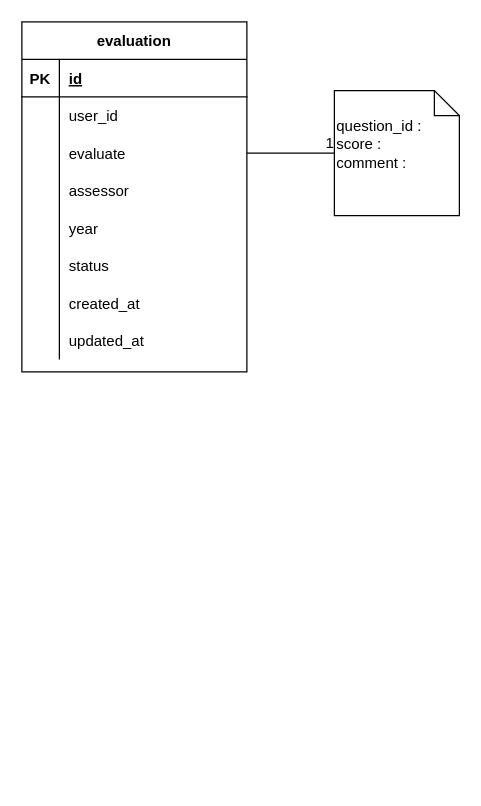
Before: page "Evaluation" (3 of 3) of Eva.drawio in gumpon/evatest, a draw.io diagram. Source tidied: cells renumbered, new cells numbered last; positions are measured from the earlier drawing's top-left corner, leaving out a move shared by most shapes. Both pictures are drawn from the tidied source at 125%, with x=0, y=0 at pixel (21, 21).
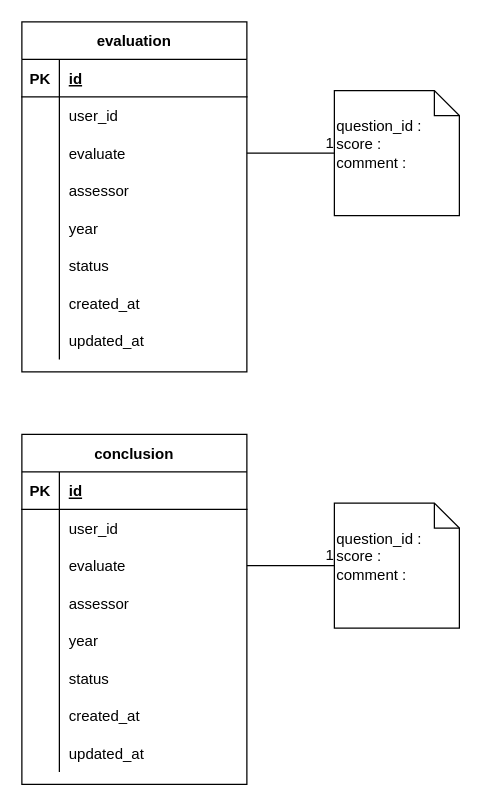
The same page after the edit.

Commit message:
Add conclusion table Eva.drawio

What changed in the source:
```diff
@@
+    <mxCell id="30" value="&lt;span&gt;question_id :&lt;br&gt;&lt;/span&gt;&lt;span&gt;score :&amp;nbsp;&lt;br&gt;&lt;/span&gt;&lt;span&gt;comment :&lt;/span&gt;&lt;span&gt;&lt;br&gt;&lt;br&gt;&lt;/span&gt;" style="shape=note;size=20;whiteSpace=wrap;html=1;align=left;" parent="1" vertex="1">
+      <mxGeometry x="250" y="385" width="100" height="100" as="geometry" />
+    </mxCell>
+    <mxCell id="31" style="endArrow=none;html=1;rounded=0;exitX=1;exitY=0.5;exitDx=0;exitDy=0;" parent="1" edge="1" source="40" target="30">
+      <mxGeometry relative="1" as="geometry" />
+    </mxCell>
+    <mxCell id="32" value="1" style="html=1;align=right;verticalAlign=bottom;" parent="31" vertex="1">
+      <mxGeometry x="1" relative="1" as="geometry" />
+    </mxCell>
+    <mxCell id="33" value="conclusion" style="shape=table;startSize=30;childLayout=tableLayout;rowLines=0;fontStyle=1;align=center;" parent="1" vertex="1">
+      <mxGeometry y="330" width="180" height="280" as="geometry" />
+    </mxCell>
+    <mxCell id="34" style="shape=partialRectangle;fillColor=none;top=0;left=0;bottom=1;right=0;" parent="33" vertex="1">
+      <mxGeometry y="30" width="180" height="30" as="geometry" />
+    </mxCell>
+    <mxCell id="35" value="PK" style="shape=partialRectangle;fillColor=none;top=0;left=0;bottom=0;right=0;fontStyle=1;overflow=hidden;" parent="34" vertex="1">
+      <mxGeometry width="30" height="30" as="geometry" />
+    </mxCell>
+    <mxCell id="36" value="id" style="shape=partialRectangle;fillColor=none;top=0;left=0;bottom=0;right=0;align=left;spacingLeft=6;fontStyle=5;overflow=hidden;" parent="34" vertex="1">
+      <mxGeometry x="30" width="150" height="30" as="geometry" />
+    </mxCell>
+    <mxCell id="37" style="shape=partialRectangle;fillColor=none;top=0;left=0;bottom=0;right=0;" parent="33" vertex="1">
+      <mxGeometry y="60" width="180" height="30" as="geometry" />
+    </mxCell>
+    <mxCell id="38" style="shape=partialRectangle;fillColor=none;top=0;left=0;bottom=0;right=0;overflow=hidden;" parent="37" vertex="1">
+      <mxGeometry width="30" height="30" as="geometry" />
+    </mxCell>
+    <mxCell id="39" value="user_id" style="shape=partialRectangle;fillColor=none;top=0;left=0;bottom=0;right=0;align=left;spacingLeft=6;overflow=hidden;" parent="37" vertex="1">
+      <mxGeometry x="30" width="150" height="30" as="geometry" />
+    </mxCell>
+    <mxCell id="40" style="shape=partialRectangle;fillColor=none;top=0;left=0;bottom=0;right=0;points=[[0,0.5],[1,0.5]];portConstraint=eastwest;" parent="33" vertex="1">
+      <mxGeometry y="90" width="180" height="30" as="geometry" />
+    </mxCell>
+    <mxCell id="41" style="shape=partialRectangle;fillColor=none;top=0;left=0;bottom=0;right=0;overflow=hidden;" parent="40" vertex="1">
+      <mxGeometry width="30" height="30" as="geometry" />
+    </mxCell>
+    <mxCell id="42" value="evaluate" style="shape=partialRectangle;fillColor=none;top=0;left=0;bottom=0;right=0;align=left;spacingLeft=6;overflow=hidden;" parent="40" vertex="1">
+      <mxGeometry x="30" width="150" height="30" as="geometry" />
+    </mxCell>
+    <mxCell id="43" style="shape=partialRectangle;fillColor=none;top=0;left=0;bottom=0;right=0;" parent="33" vertex="1">
+      <mxGeometry y="120" width="180" height="30" as="geometry" />
+    </mxCell>
+    <mxCell id="44" style="shape=partialRectangle;fillColor=none;top=0;left=0;bottom=0;right=0;overflow=hidden;" parent="43" vertex="1">
+      <mxGeometry width="30" height="30" as="geometry" />
+    </mxCell>
+    <mxCell id="45" value="assessor" style="shape=partialRectangle;fillColor=none;top=0;left=0;bottom=0;right=0;align=left;spacingLeft=6;overflow=hidden;" parent="43" vertex="1">
+      <mxGeometry x="30" width="150" height="30" as="geometry" />
+    </mxCell>
+    <mxCell id="46" style="shape=partialRectangle;fillColor=none;top=0;left=0;bottom=0;right=0;" parent="33" vertex="1">
+      <mxGeometry y="150" width="180" height="30" as="geometry" />
+    </mxCell>
+    <mxCell id="47" style="shape=partialRectangle;fillColor=none;top=0;left=0;bottom=0;right=0;overflow=hidden;" parent="46" vertex="1">
+      <mxGeometry width="30" height="30" as="geometry" />
+    </mxCell>
+    <mxCell id="48" value="year" style="shape=partialRectangle;fillColor=none;top=0;left=0;bottom=0;right=0;align=left;spacingLeft=6;overflow=hidden;" parent="46" vertex="1">
+      <mxGeometry x="30" width="150" height="30" as="geometry" />
+    </mxCell>
+    <mxCell id="49" style="shape=partialRectangle;fillColor=none;top=0;left=0;bottom=0;right=0;" parent="33" vertex="1">
+      <mxGeometry y="180" width="180" height="30" as="geometry" />
+    </mxCell>
+    <mxCell id="50" style="shape=partialRectangle;fillColor=none;top=0;left=0;bottom=0;right=0;overflow=hidden;" parent="49" vertex="1">
+      <mxGeometry width="30" height="30" as="geometry" />
+    </mxCell>
+    <mxCell id="51" value="status" style="shape=partialRectangle;fillColor=none;top=0;left=0;bottom=0;right=0;align=left;spacingLeft=6;overflow=hidden;" parent="49" vertex="1">
+      <mxGeometry x="30" width="150" height="30" as="geometry" />
+    </mxCell>
+    <mxCell id="52" style="shape=partialRectangle;fillColor=none;top=0;left=0;bottom=0;right=0;" parent="33" vertex="1">
+      <mxGeometry y="210" width="180" height="30" as="geometry" />
+    </mxCell>
+    <mxCell id="53" style="shape=partialRectangle;fillColor=none;top=0;left=0;bottom=0;right=0;overflow=hidden;" parent="52" vertex="1">
+      <mxGeometry width="30" height="30" as="geometry" />
+    </mxCell>
+    <mxCell id="54" value="created_at" style="shape=partialRectangle;fillColor=none;top=0;left=0;bottom=0;right=0;align=left;spacingLeft=6;overflow=hidden;" parent="52" vertex="1">
+      <mxGeometry x="30" width="150" height="30" as="geometry" />
+    </mxCell>
+    <mxCell id="55" style="shape=partialRectangle;fillColor=none;top=0;left=0;bottom=0;right=0;" parent="33" vertex="1">
+      <mxGeometry y="240" width="180" height="30" as="geometry" />
+    </mxCell>
+    <mxCell id="56" style="shape=partialRectangle;fillColor=none;top=0;left=0;bottom=0;right=0;overflow=hidden;" parent="55" vertex="1">
+      <mxGeometry width="30" height="30" as="geometry" />
+    </mxCell>
+    <mxCell id="57" value="updated_at" style="shape=partialRectangle;fillColor=none;top=0;left=0;bottom=0;right=0;align=left;spacingLeft=6;overflow=hidden;" parent="55" vertex="1">
+      <mxGeometry x="30" width="150" height="30" as="geometry" />
+    </mxCell>
```
